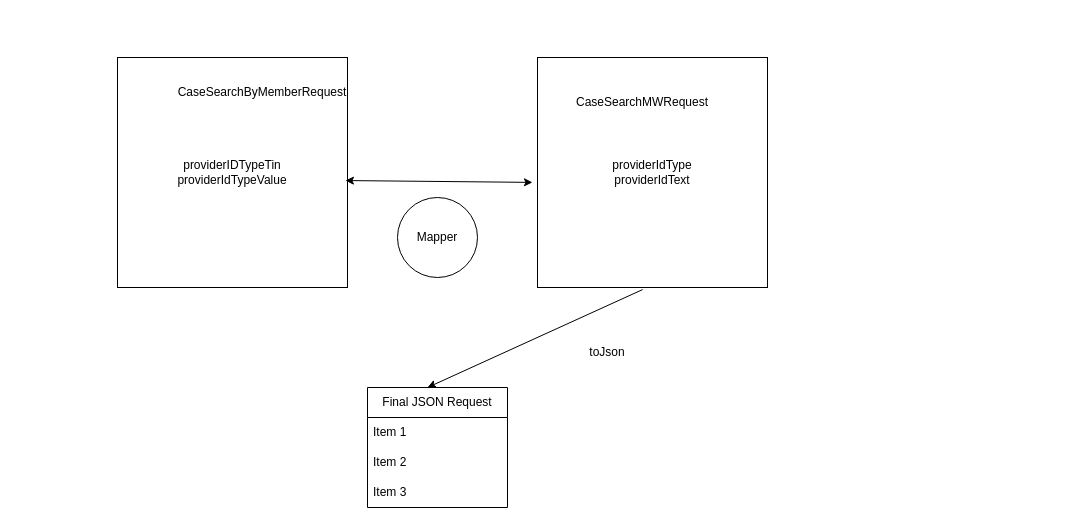
Earlier version of the draw.io diagram JSON Mapping.drawio (anshuldevmehta/RandomDiagrams). Source tidied: cells renumbered, new cells numbered last; positions are measured from the earlier drawing's top-left corner, leaving out a move shared by most shapes. Both pictures are drawn from the tidied source at 100%, with x=0, y=0 at pixel (117, 57).
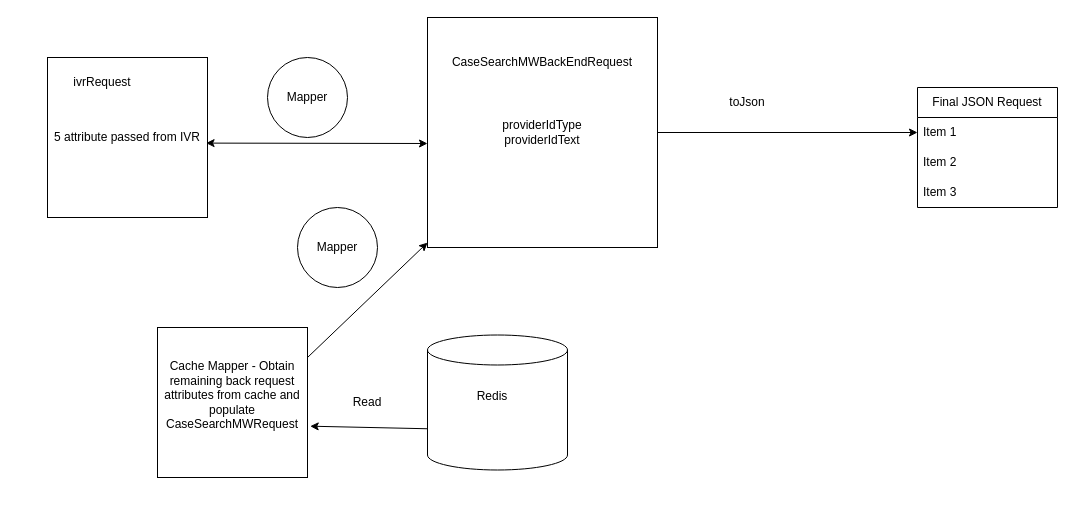
Above is the later version.

Unchanged cells that the change refers to:
```xml
<mxCell id="10" value="Item 1" style="text;strokeColor=none;fillColor=none;align=left;verticalAlign=middle;spacingLeft=4;spacingRight=4;overflow=hidden;points=[[0,0.5],[1,0.5]];portConstraint=eastwest;whiteSpace=wrap;html=1;" parent="9" vertex="1">
  <mxGeometry y="30" width="140" height="30" as="geometry" />
</mxCell>
```

What changed in the source:
```diff
@@
-    <mxCell id="2" value="&lt;div&gt;providerIDTypeTin&lt;/div&gt;&lt;div&gt;providerIdTypeValue&lt;br&gt;&lt;/div&gt;" style="whiteSpace=wrap;html=1;" parent="1" vertex="1">
-      <mxGeometry width="230" height="230" as="geometry" />
+    <mxCell id="2" value="5 attribute passed from IVR" style="whiteSpace=wrap;html=1;" parent="1" vertex="1">
+      <mxGeometry x="-70" width="160" height="160" as="geometry" />
     </mxCell>
-    <mxCell id="3" value="CaseSearchByMemberRequest" style="text;html=1;strokeColor=none;fillColor=none;align=center;verticalAlign=middle;whiteSpace=wrap;rounded=0;" parent="1" vertex="1">
-      <mxGeometry x="60" y="20" width="170" height="30" as="geometry" />
+    <mxCell id="3" value="ivrRequest" style="text;html=1;strokeColor=none;fillColor=none;align=center;verticalAlign=middle;whiteSpace=wrap;rounded=0;" parent="1" vertex="1">
+      <mxGeometry x="-100" y="10" width="170" height="30" as="geometry" />
     </mxCell>
     <mxCell id="4" value="&lt;div&gt;providerIdType&lt;/div&gt;&lt;div&gt;providerIdText&lt;br&gt;&lt;/div&gt;" style="whiteSpace=wrap;html=1;" parent="1" vertex="1">
-      <mxGeometry x="420" width="230" height="230" as="geometry" />
+      <mxGeometry x="310" y="-40" width="230" height="230" as="geometry" />
     </mxCell>
-    <mxCell id="5" value="CaseSearchMWRequest" style="text;html=1;strokeColor=none;fillColor=none;align=center;verticalAlign=middle;whiteSpace=wrap;rounded=0;" parent="1" vertex="1">
-      <mxGeometry x="440" y="30" width="170" height="30" as="geometry" />
+    <mxCell id="5" value="CaseSearchMWBackEndRequest" style="text;html=1;strokeColor=none;fillColor=none;align=center;verticalAlign=middle;whiteSpace=wrap;rounded=0;" parent="1" vertex="1">
+      <mxGeometry x="340" y="-10" width="170" height="30" as="geometry" />
     </mxCell>
-    <mxCell id="6" style="endArrow=classic;startArrow=classic;html=1;rounded=0;entryX=-0.022;entryY=0.543;entryDx=0;entryDy=0;entryPerimeter=0;exitX=0.991;exitY=0.535;exitDx=0;exitDy=0;exitPerimeter=0;" parent="1" edge="1" source="2" target="4">
-      <mxGeometry relative="1" as="geometry" />
+    <mxCell id="6" style="endArrow=classic;startArrow=classic;html=1;rounded=0;exitX=0.991;exitY=0.535;exitDx=0;exitDy=0;exitPerimeter=0;" parent="1" edge="1" source="2">
+      <mxGeometry relative="1" as="geometry">
+        <mxPoint x="310" y="86" as="targetPoint" />
+      </mxGeometry>
     </mxCell>
     <mxCell id="7" value="Mapper" style="ellipse;whiteSpace=wrap;html=1;" parent="1" vertex="1">
-      <mxGeometry x="280" y="140" width="80" height="80" as="geometry" />
+      <mxGeometry x="150" width="80" height="80" as="geometry" />
     </mxCell>
-    <mxCell id="8" style="endArrow=classic;html=1;rounded=0;exitX=0.457;exitY=1.009;exitDx=0;exitDy=0;exitPerimeter=0;" parent="1" edge="1" source="4">
-      <mxGeometry relative="1" as="geometry">
-        <mxPoint x="310" y="330" as="targetPoint" />
-      </mxGeometry>
+    <mxCell id="8" style="endArrow=classic;html=1;rounded=0;entryX=0;entryY=0.5;entryDx=0;entryDy=0;exitX=1;exitY=0.5;exitDx=0;exitDy=0;" parent="1" edge="1" source="4" target="10">
+      <mxGeometry relative="1" as="geometry" />
     </mxCell>
     <mxCell id="9" value="Final JSON Request" style="swimlane;fontStyle=0;horizontal=1;startSize=30;whiteSpace=wrap;html=1;" parent="1" vertex="1">
-      <mxGeometry x="250" y="330" width="140" height="120" as="geometry" />
+      <mxGeometry x="800" y="30" width="140" height="120" as="geometry" />
     </mxCell>
@@
     <mxCell id="13" value="toJson" style="text;html=1;strokeColor=none;fillColor=none;align=center;verticalAlign=middle;whiteSpace=wrap;rounded=0;" parent="1" vertex="1">
-      <mxGeometry x="460" y="280" width="60" height="30" as="geometry" />
+      <mxGeometry x="600" y="30" width="60" height="30" as="geometry" />
     </mxCell>
+    <mxCell id="14" value="Cache Mapper - Obtain remaining back request attributes from cache and populate CaseSearchMWRequest&lt;br&gt;&amp;nbsp;" style="whiteSpace=wrap;html=1;" parent="1" vertex="1">
+      <mxGeometry x="40" y="270" width="150" height="150" as="geometry" />
+    </mxCell>
+    <mxCell id="15" style="shape=cylinder3;whiteSpace=wrap;html=1;boundedLbl=1;backgroundOutline=1;size=15;" parent="1" vertex="1">
+      <mxGeometry x="310" y="277.5" width="140" height="135" as="geometry" />
+    </mxCell>
+    <mxCell id="16" value="Redis" style="text;html=1;strokeColor=none;fillColor=none;align=center;verticalAlign=middle;whiteSpace=wrap;rounded=0;" parent="1" vertex="1">
+      <mxGeometry x="340" y="320" width="70" height="38" as="geometry" />
+    </mxCell>
+    <mxCell id="17" value="Read" style="text;html=1;strokeColor=none;fillColor=none;align=center;verticalAlign=middle;whiteSpace=wrap;rounded=0;" parent="1" vertex="1">
+      <mxGeometry x="220" y="330" width="60" height="30" as="geometry" />
+    </mxCell>
+    <mxCell id="18" style="endArrow=classic;html=1;rounded=0;exitX=0;exitY=0;exitDx=0;exitDy=93.75;exitPerimeter=0;entryX=1.018;entryY=0.658;entryDx=0;entryDy=0;entryPerimeter=0;" parent="1" edge="1" source="15" target="14">
+      <mxGeometry relative="1" as="geometry" />
+    </mxCell>
+    <mxCell id="19" style="endArrow=classic;html=1;rounded=0;" parent="1" edge="1" target="4">
+      <mxGeometry relative="1" as="geometry">
+        <mxPoint x="190" y="300" as="sourcePoint" />
+      </mxGeometry>
+    </mxCell>
+    <mxCell id="20" value="Mapper" style="ellipse;whiteSpace=wrap;html=1;" parent="1" vertex="1">
+      <mxGeometry x="180" y="150" width="80" height="80" as="geometry" />
+    </mxCell>
```
